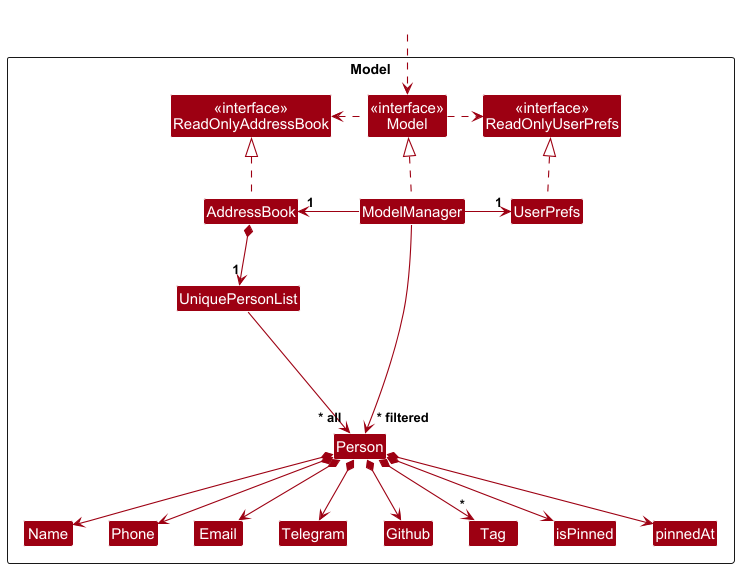
Earlier version of the PlantUML export docs/images/ModelClassDiagram.png (Itsdaodao/tp). The source it was exported from:
```plantuml
@startuml
!include style.puml
skinparam arrowThickness 1.1
skinparam arrowColor MODEL_COLOR
skinparam classBackgroundColor MODEL_COLOR

Package Model as ModelPackage <<Rectangle>>{
Class "<<interface>>\nReadOnlyAddressBook" as ReadOnlyAddressBook
Class "<<interface>>\nReadOnlyUserPrefs" as ReadOnlyUserPrefs
Class "<<interface>>\nModel" as Model
Class AddressBook
Class ModelManager
Class UserPrefs

Class UniquePersonList
Class Person
Class Github
Class Telegram
Class Email
Class Name
Class Phone
Class Tag
Class isPinned
Class pinnedAt

Class I #FFFFFF
}

Class HiddenOutside #FFFFFF
HiddenOutside ..> Model

AddressBook .up.|> ReadOnlyAddressBook

ModelManager .up.|> Model
Model .right.> ReadOnlyUserPrefs
Model .left.> ReadOnlyAddressBook
ModelManager -left-> "1" AddressBook
ModelManager -right-> "1" UserPrefs
UserPrefs .up.|> ReadOnlyUserPrefs

AddressBook *--> "1" UniquePersonList
UniquePersonList --> "~* all" Person
Person *--> Name
Person *--> Phone
Person *--> Email
Person *--> Telegram
Person *--> Github
Person *--> "*" Tag
Person *--> isPinned
Person *--> pinnedAt

Person -[hidden]up--> I
UniquePersonList -[hidden]right-> I

Name -[hidden]right-> Phone
Phone -[hidden]right-> Email
Email -[hidden]right-> Telegram
Telegram -[hidden]right-> Github

ModelManager --> "~* filtered" Person
@enduml
```
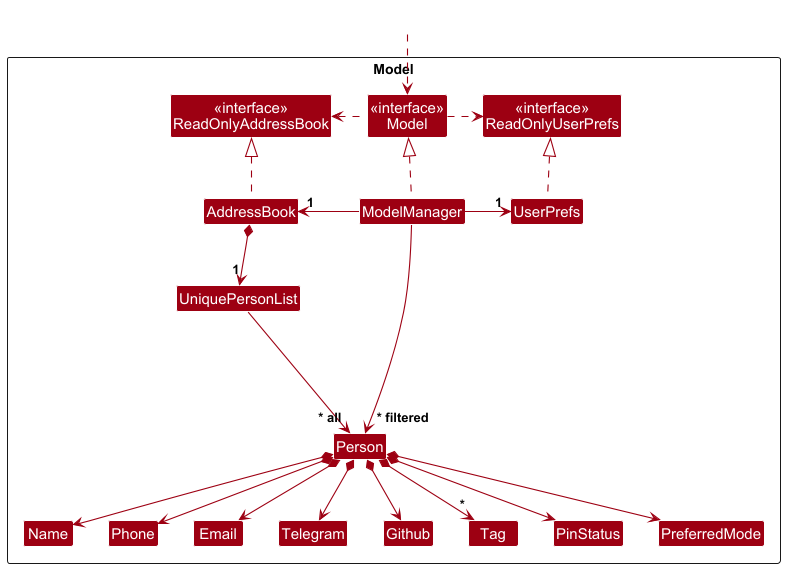
After the commit.

Commit message:
Update model class diagram image

The edit, as a diff of the source:
```diff
@@ -20,8 +20,8 @@
 Class Name
 Class Phone
 Class Tag
-Class isPinned
-Class pinnedAt
+Class PinStatus
+Class PreferredMode
 
 Class I #FFFFFF
 }
@@ -46,8 +46,8 @@
 Person *--> Telegram
 Person *--> Github
 Person *--> "*" Tag
-Person *--> isPinned
-Person *--> pinnedAt
+Person *--> PinStatus
+Person *--> PreferredMode
 
 Person -[hidden]up--> I
 UniquePersonList -[hidden]right-> I
```
